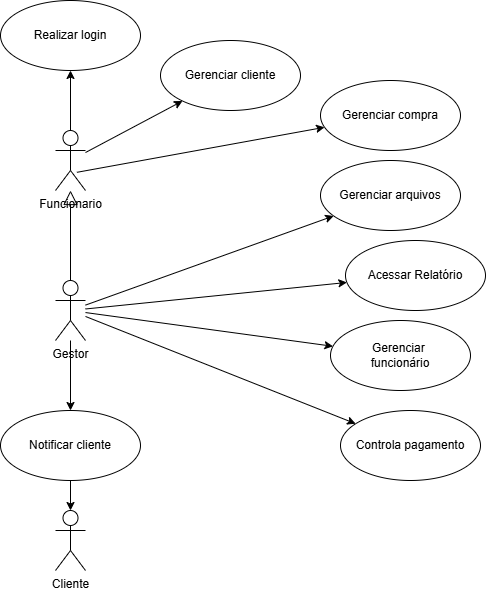
Earlier version of the draw.io export Artefatos/Modelagem/Diagrama de Casos de Uso.drawio.png (marcosffp/hortifruti). Source tidied: cells renumbered, new cells last; positions are measured from the earlier drawing's top-left corner, leaving out a move shared by most shapes.
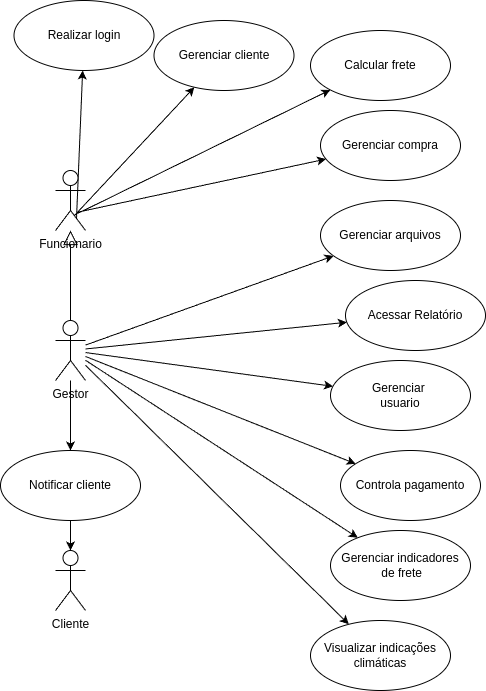
After the commit.

Commit message:
docs: updating use case diagram, creating DER & uploading updated latex version

The edit, as a diff of the source:
```diff
@@ -1,18 +1,18 @@
-<mxGraphModel>
+<mxGraphModel background="#FFFFFF">
   <root>
     <mxCell id="0" />
     <mxCell id="1" parent="0" />
-    <mxCell id="2" style="edgeStyle=none;html=1;" parent="1" edge="1" source="4" target="5">
+    <mxCell id="2" style="edgeStyle=none;html=1;exitX=0.7;exitY=0.8;exitDx=0;exitDy=0;exitPerimeter=0;" parent="1" edge="1" source="4" target="5">
       <mxGeometry relative="1" as="geometry" />
     </mxCell>
-    <mxCell id="3" style="edgeStyle=none;html=1;" parent="1" edge="1" source="4" target="15">
+    <mxCell id="3" style="edgeStyle=none;html=1;exitX=0.633;exitY=0.75;exitDx=0;exitDy=0;exitPerimeter=0;" parent="1" edge="1" source="4" target="15">
       <mxGeometry relative="1" as="geometry" />
     </mxCell>
     <mxCell id="4" value="&lt;div&gt;Funcionario&lt;/div&gt;" style="shape=umlActor;html=1;verticalLabelPosition=bottom;verticalAlign=top;align=center;" parent="1" vertex="1">
       <mxGeometry x="55" y="130" width="30" height="60" as="geometry" />
     </mxCell>
     <mxCell id="5" value="Realizar login" style="ellipse;whiteSpace=wrap;html=1;" parent="1" vertex="1">
-      <mxGeometry width="140" height="70" as="geometry" />
+      <mxGeometry x="13.5" y="-40" width="140" height="70" as="geometry" />
     </mxCell>
     <mxCell id="6" style="edgeStyle=none;html=1;" parent="1" edge="1" source="12" target="14">
       <mxGeometry relative="1" as="geometry" />
@@ -32,17 +32,26 @@
     <mxCell id="11" style="edgeStyle=none;html=1;" parent="1" edge="1" source="12" target="20">
       <mxGeometry relative="1" as="geometry" />
     </mxCell>
+    <mxCell id="23" style="edgeStyle=none;html=1;exitX=0.733;exitY=0.717;exitDx=0;exitDy=0;exitPerimeter=0;" parent="1" edge="1" source="4" target="26">
+      <mxGeometry relative="1" as="geometry" />
+    </mxCell>
+    <mxCell id="24" style="edgeStyle=none;html=1;" parent="1" edge="1" source="12" target="27">
+      <mxGeometry relative="1" as="geometry" />
+    </mxCell>
+    <mxCell id="25" style="edgeStyle=none;html=1;" parent="1" edge="1" source="12" target="28">
+      <mxGeometry relative="1" as="geometry" />
+    </mxCell>
     <mxCell id="12" value="&lt;div&gt;Gestor&lt;/div&gt;" style="shape=umlActor;html=1;verticalLabelPosition=bottom;verticalAlign=top;align=center;" parent="1" vertex="1">
       <mxGeometry x="55" y="280" width="30" height="60" as="geometry" />
     </mxCell>
     <mxCell id="13" style="edgeStyle=none;html=1;endArrow=block;endFill=0;endSize=12;verticalAlign=bottom;exitX=0.5;exitY=0;exitDx=0;exitDy=0;exitPerimeter=0;" parent="1" edge="1" source="12" target="4">
       <mxGeometry relative="1" as="geometry" />
     </mxCell>
-    <mxCell id="14" value="&lt;div&gt;Gerenciar&amp;nbsp;&lt;/div&gt;&lt;div&gt;funcionário&lt;/div&gt;" style="ellipse;whiteSpace=wrap;html=1;" parent="1" vertex="1">
+    <mxCell id="14" value="&lt;div&gt;Gerenciar&amp;nbsp;&lt;/div&gt;&lt;div&gt;usuario&lt;/div&gt;" style="ellipse;whiteSpace=wrap;html=1;" parent="1" vertex="1">
       <mxGeometry x="330" y="320" width="140" height="70" as="geometry" />
     </mxCell>
     <mxCell id="15" value="Gerenciar cliente" style="ellipse;whiteSpace=wrap;html=1;" parent="1" vertex="1">
-      <mxGeometry x="160" y="40" width="140" height="70" as="geometry" />
+      <mxGeometry x="153.5" y="-20" width="140" height="70" as="geometry" />
     </mxCell>
     <mxCell id="16" value="Gerenciar arquivos" style="ellipse;whiteSpace=wrap;html=1;" parent="1" vertex="1">
       <mxGeometry x="320" y="160" width="140" height="70" as="geometry" />
@@ -51,7 +60,7 @@
       <mxGeometry x="345" y="240" width="140" height="70" as="geometry" />
     </mxCell>
     <mxCell id="18" value="Gerenciar compra" style="ellipse;whiteSpace=wrap;html=1;" parent="1" vertex="1">
-      <mxGeometry x="320" y="80" width="140" height="70" as="geometry" />
+      <mxGeometry x="320" y="70" width="140" height="70" as="geometry" />
     </mxCell>
     <mxCell id="19" value="Controla pagamento" style="ellipse;whiteSpace=wrap;html=1;" parent="1" vertex="1">
       <mxGeometry x="340" y="410" width="140" height="70" as="geometry" />
@@ -65,5 +74,14 @@
     <mxCell id="22" style="edgeStyle=none;html=1;entryX=0.5;entryY=0;entryDx=0;entryDy=0;entryPerimeter=0;" parent="1" edge="1" source="20" target="21">
       <mxGeometry relative="1" as="geometry" />
     </mxCell>
+    <mxCell id="26" value="Calcular frete" style="ellipse;whiteSpace=wrap;html=1;" parent="1" vertex="1">
+      <mxGeometry x="310" y="-10" width="140" height="70" as="geometry" />
+    </mxCell>
+    <mxCell id="27" value="Visualizar indicações climáticas" style="ellipse;whiteSpace=wrap;html=1;" parent="1" vertex="1">
+      <mxGeometry x="310" y="580" width="140" height="70" as="geometry" />
+    </mxCell>
+    <mxCell id="28" value="Gerenciar indicadores&lt;div&gt;&amp;nbsp;de frete&lt;/div&gt;" style="ellipse;whiteSpace=wrap;html=1;" parent="1" vertex="1">
+      <mxGeometry x="330" y="490" width="140" height="70" as="geometry" />
+    </mxCell>
   </root>
 </mxGraphModel>
```
